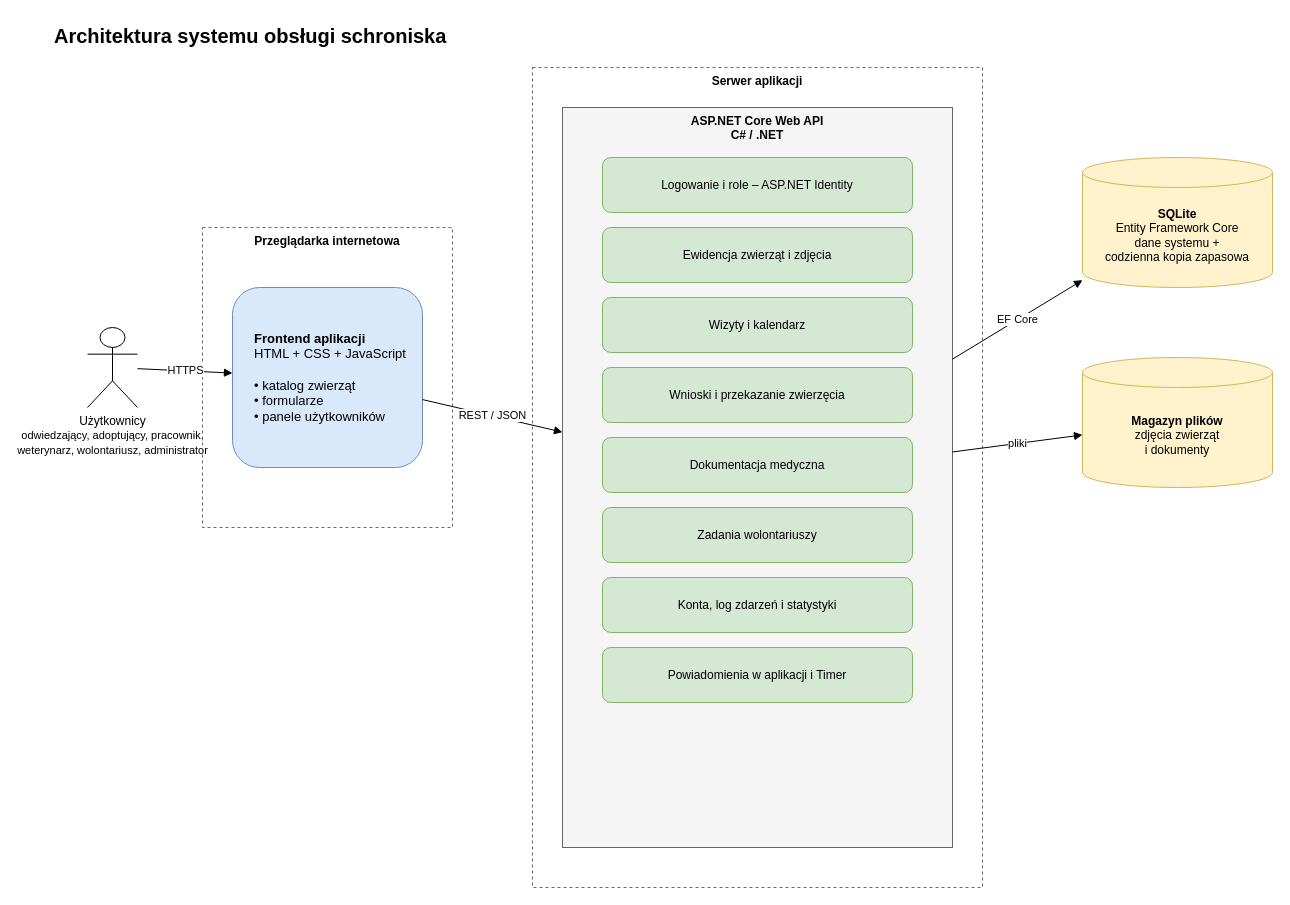
This is docs/system-architecture.drawio from piatek-m/IO-animal-shelter, a draw.io file, before an edit. Source tidied: cells renumbered, new cells numbered last; positions are measured from the earlier drawing's top-left corner, leaving out a move shared by most shapes. Both pictures are drawn from the tidied source at 100%, with x=0, y=0 at pixel (52, 17).
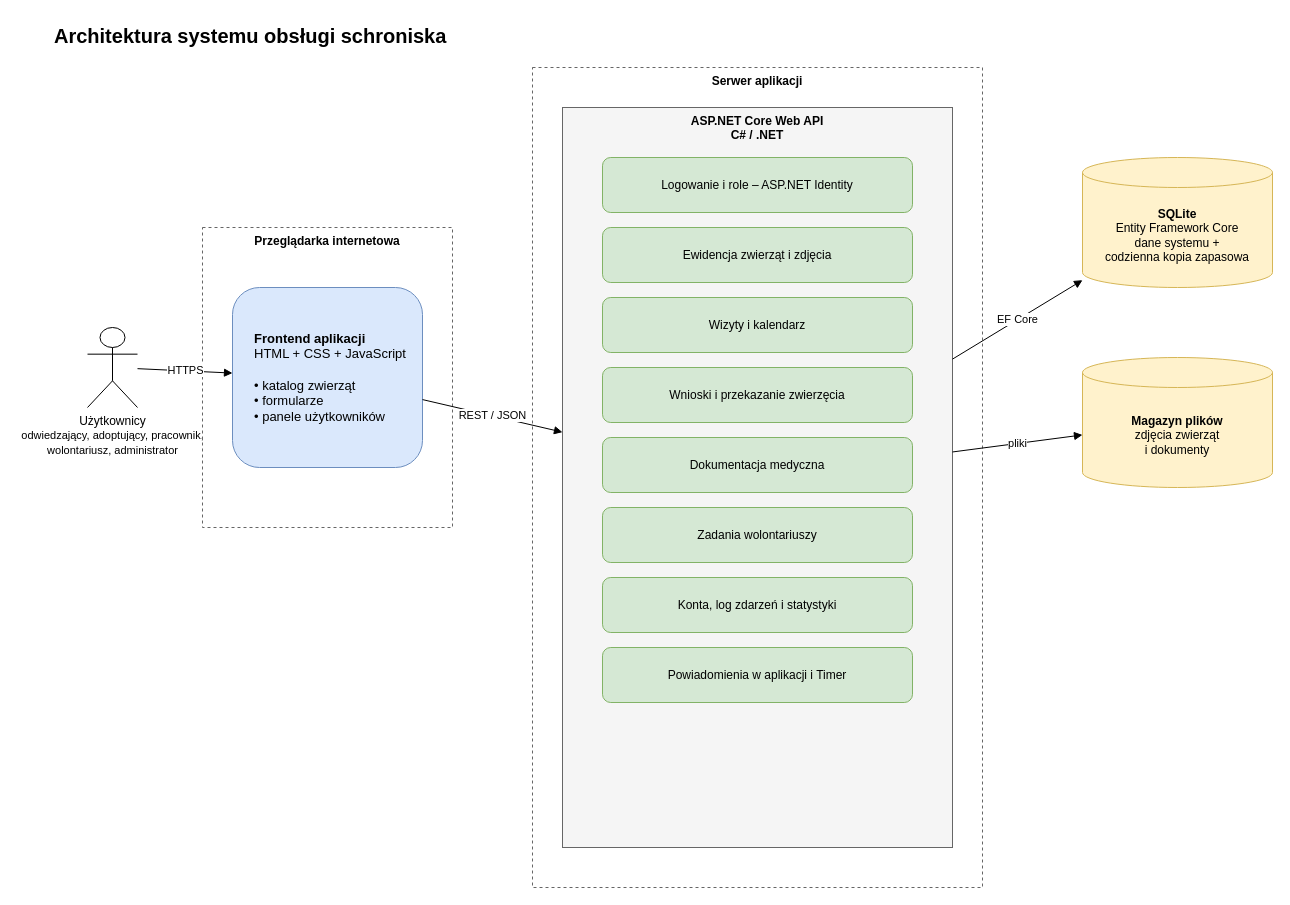
The same diagram, later.

Commit message (it also covers changes not shown here):
docs: update system architecture diagram (#11)

The edit, as a diff of the source:
```diff
@@
-    <mxCell id="3" value="Użytkownicy&lt;br&gt;&lt;font style=&quot;font-size: 11px;&quot;&gt;odwiedzający, adoptujący, pracownik,&lt;br&gt;weterynarz, wolontariusz, administrator&lt;/font&gt;" style="shape=umlActor;verticalLabelPosition=bottom;verticalAlign=top;html=1;fontSize=12;" parent="1" vertex="1">
+    <mxCell id="3" value="Użytkownicy&lt;br&gt;&lt;font style=&quot;font-size: 11px;&quot;&gt;odwiedzający, adoptujący, pracownik,&lt;br&gt;wolontariusz, administrator&lt;/font&gt;" style="shape=umlActor;verticalLabelPosition=bottom;verticalAlign=top;html=1;fontSize=12;" parent="1" vertex="1">
       <mxGeometry x="35" y="310" width="50" height="80" as="geometry" />
     </mxCell>
```
